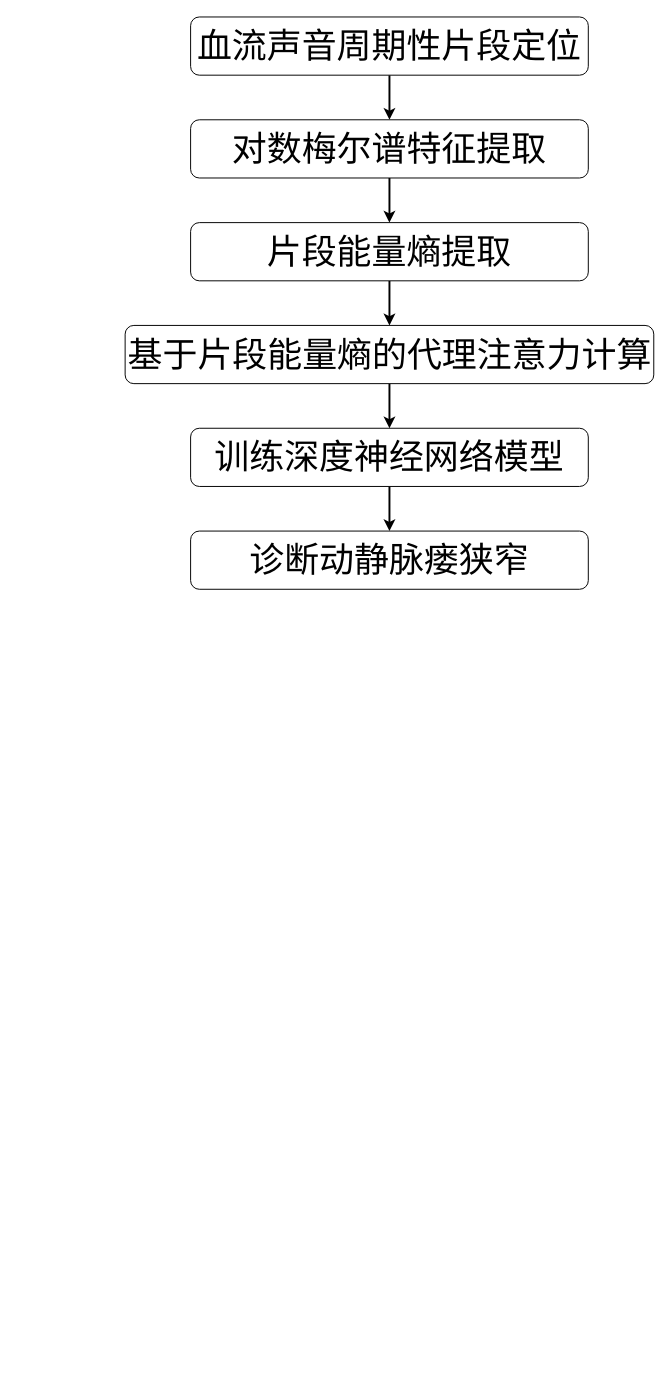
This is 内瘘片段级代理注意力.drawio from lhwjsj/Diagram, a draw.io file, before an edit. Source tidied: cells renumbered, new cells numbered last; positions are measured from the earlier drawing's top-left corner, leaving out a move shared by most shapes. Both pictures are drawn from the tidied source at 97%, with x=0, y=0 at pixel (124, 16).
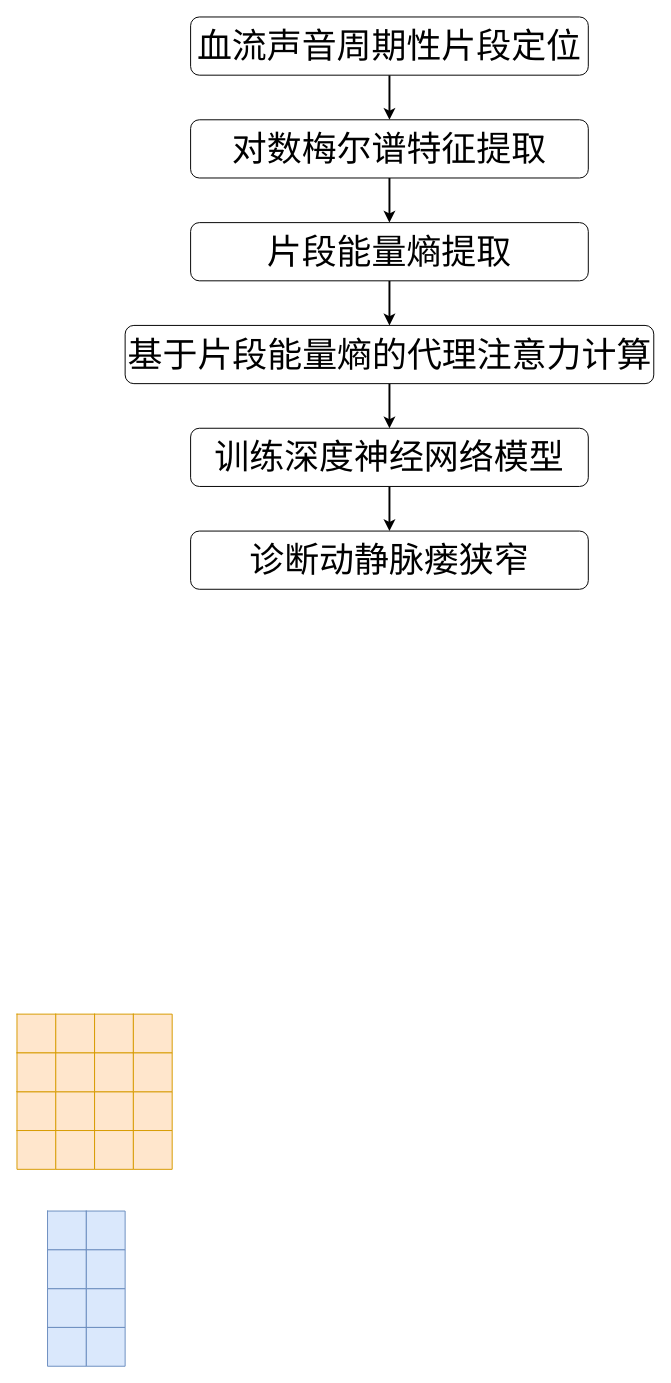
After the change.

Commit message (it also covers changes not shown here):
更新内瘘片段级代理注意力.drawio

Diff of the diagram source:
```diff
@@
+    <mxCell id="13" style="group;" parent="1" vertex="1">
+      <mxGeometry x="-111" y="1028" width="160" height="160" as="geometry" />
+    </mxCell>
+    <mxCell id="14" style="shape=table;startSize=0;childLayout=tableLayout;fillColor=#ffe6cc;strokeColor=#d79b00;" parent="13" vertex="1">
+      <mxGeometry y="80" width="40" height="40" as="geometry" />
+    </mxCell>
+    <mxCell id="15" style="shape=tableRow;horizontal=0;startSize=0;swimlaneHead=0;swimlaneBody=0;strokeColor=inherit;top=0;left=0;bottom=0;right=0;fillColor=none;" parent="14" vertex="1">
+      <mxGeometry width="40" height="40" as="geometry" />
+    </mxCell>
+    <mxCell id="16" style="shape=partialRectangle;html=1;whiteSpace=wrap;strokeColor=inherit;overflow=hidden;fillColor=none;top=0;left=0;bottom=0;right=0;" parent="15" vertex="1">
+      <mxGeometry width="40" height="40" as="geometry" />
+    </mxCell>
+    <mxCell id="17" style="shape=partialRectangle;html=1;whiteSpace=wrap;strokeColor=#d79b00;overflow=hidden;fillColor=#ffe6cc;top=0;left=0;bottom=0;right=0;" parent="13" vertex="1">
+      <mxGeometry x="40" y="80" width="40" height="40" as="geometry" />
+    </mxCell>
+    <mxCell id="18" style="shape=table;startSize=0;childLayout=tableLayout;fillColor=#ffe6cc;strokeColor=#d79b00;" parent="13" vertex="1">
+      <mxGeometry x="40" y="80" width="40" height="40" as="geometry" />
+    </mxCell>
+    <mxCell id="19" style="shape=tableRow;horizontal=0;startSize=0;swimlaneHead=0;swimlaneBody=0;strokeColor=inherit;top=0;left=0;bottom=0;right=0;fillColor=none;" parent="18" vertex="1">
+      <mxGeometry width="40" height="40" as="geometry" />
+    </mxCell>
+    <mxCell id="20" style="shape=partialRectangle;html=1;whiteSpace=wrap;strokeColor=inherit;overflow=hidden;fillColor=none;top=0;left=0;bottom=0;right=0;" parent="19" vertex="1">
+      <mxGeometry width="40" height="40" as="geometry" />
+    </mxCell>
+    <mxCell id="21" style="shape=table;startSize=0;childLayout=tableLayout;fillColor=#ffe6cc;strokeColor=#d79b00;" parent="13" vertex="1">
+      <mxGeometry y="120" width="40" height="40" as="geometry" />
+    </mxCell>
+    <mxCell id="22" style="shape=tableRow;horizontal=0;startSize=0;swimlaneHead=0;swimlaneBody=0;strokeColor=inherit;top=0;left=0;bottom=0;right=0;fillColor=none;" parent="21" vertex="1">
+      <mxGeometry width="40" height="40" as="geometry" />
+    </mxCell>
+    <mxCell id="23" style="shape=partialRectangle;html=1;whiteSpace=wrap;strokeColor=inherit;overflow=hidden;fillColor=none;top=0;left=0;bottom=0;right=0;" parent="22" vertex="1">
+      <mxGeometry width="40" height="40" as="geometry" />
+    </mxCell>
+    <mxCell id="24" style="shape=partialRectangle;html=1;whiteSpace=wrap;strokeColor=#d79b00;overflow=hidden;fillColor=#ffe6cc;top=0;left=0;bottom=0;right=0;" parent="13" vertex="1">
+      <mxGeometry x="40" y="120" width="40" height="40" as="geometry" />
+    </mxCell>
+    <mxCell id="25" style="shape=table;startSize=0;childLayout=tableLayout;fillColor=#ffe6cc;strokeColor=#d79b00;" parent="13" vertex="1">
+      <mxGeometry x="40" y="120" width="40" height="40" as="geometry" />
+    </mxCell>
+    <mxCell id="26" style="shape=tableRow;horizontal=0;startSize=0;swimlaneHead=0;swimlaneBody=0;strokeColor=inherit;top=0;left=0;bottom=0;right=0;fillColor=none;" parent="25" vertex="1">
+      <mxGeometry width="40" height="40" as="geometry" />
+    </mxCell>
+    <mxCell id="27" style="shape=partialRectangle;html=1;whiteSpace=wrap;strokeColor=inherit;overflow=hidden;fillColor=none;top=0;left=0;bottom=0;right=0;" parent="26" vertex="1">
+      <mxGeometry width="40" height="40" as="geometry" />
+    </mxCell>
+    <mxCell id="28" style="shape=table;startSize=0;childLayout=tableLayout;fillColor=#ffe6cc;strokeColor=#d79b00;" parent="13" vertex="1">
+      <mxGeometry width="40" height="40" as="geometry" />
+    </mxCell>
+    <mxCell id="29" style="shape=tableRow;horizontal=0;startSize=0;swimlaneHead=0;swimlaneBody=0;strokeColor=inherit;top=0;left=0;bottom=0;right=0;fillColor=none;" parent="28" vertex="1">
+      <mxGeometry width="40" height="40" as="geometry" />
+    </mxCell>
+    <mxCell id="30" style="shape=partialRectangle;html=1;whiteSpace=wrap;strokeColor=inherit;overflow=hidden;fillColor=none;top=0;left=0;bottom=0;right=0;" parent="29" vertex="1">
+      <mxGeometry width="40" height="40" as="geometry" />
+    </mxCell>
+    <mxCell id="31" style="shape=partialRectangle;html=1;whiteSpace=wrap;strokeColor=#d79b00;overflow=hidden;fillColor=#ffe6cc;top=0;left=0;bottom=0;right=0;" parent="13" vertex="1">
+      <mxGeometry x="40" width="40" height="40" as="geometry" />
+    </mxCell>
+    <mxCell id="32" style="shape=table;startSize=0;childLayout=tableLayout;fillColor=#ffe6cc;strokeColor=#d79b00;" parent="13" vertex="1">
+      <mxGeometry x="40" width="40" height="40" as="geometry" />
+    </mxCell>
+    <mxCell id="33" style="shape=tableRow;horizontal=0;startSize=0;swimlaneHead=0;swimlaneBody=0;strokeColor=inherit;top=0;left=0;bottom=0;right=0;fillColor=none;" parent="32" vertex="1">
+      <mxGeometry width="40" height="40" as="geometry" />
+    </mxCell>
+    <mxCell id="34" style="shape=partialRectangle;html=1;whiteSpace=wrap;strokeColor=inherit;overflow=hidden;fillColor=none;top=0;left=0;bottom=0;right=0;" parent="33" vertex="1">
+      <mxGeometry width="40" height="40" as="geometry" />
+    </mxCell>
+    <mxCell id="35" style="shape=table;startSize=0;childLayout=tableLayout;fillColor=#ffe6cc;strokeColor=#d79b00;" parent="13" vertex="1">
+      <mxGeometry y="40" width="40" height="40" as="geometry" />
+    </mxCell>
+    <mxCell id="36" style="shape=tableRow;horizontal=0;startSize=0;swimlaneHead=0;swimlaneBody=0;strokeColor=inherit;top=0;left=0;bottom=0;right=0;fillColor=none;" parent="35" vertex="1">
+      <mxGeometry width="40" height="40" as="geometry" />
+    </mxCell>
+    <mxCell id="37" style="shape=partialRectangle;html=1;whiteSpace=wrap;strokeColor=inherit;overflow=hidden;fillColor=none;top=0;left=0;bottom=0;right=0;" parent="36" vertex="1">
+      <mxGeometry width="40" height="40" as="geometry" />
+    </mxCell>
+    <mxCell id="38" style="shape=partialRectangle;html=1;whiteSpace=wrap;strokeColor=#d79b00;overflow=hidden;fillColor=#ffe6cc;top=0;left=0;bottom=0;right=0;" parent="13" vertex="1">
+      <mxGeometry x="40" y="40" width="40" height="40" as="geometry" />
+    </mxCell>
+    <mxCell id="39" style="shape=table;startSize=0;childLayout=tableLayout;fillColor=#ffe6cc;strokeColor=#d79b00;" parent="13" vertex="1">
+      <mxGeometry x="40" y="40" width="40" height="40" as="geometry" />
+    </mxCell>
+    <mxCell id="40" style="shape=tableRow;horizontal=0;startSize=0;swimlaneHead=0;swimlaneBody=0;strokeColor=inherit;top=0;left=0;bottom=0;right=0;fillColor=none;" parent="39" vertex="1">
+      <mxGeometry width="40" height="40" as="geometry" />
+    </mxCell>
+    <mxCell id="41" style="shape=partialRectangle;html=1;whiteSpace=wrap;strokeColor=inherit;overflow=hidden;fillColor=none;top=0;left=0;bottom=0;right=0;" parent="40" vertex="1">
+      <mxGeometry width="40" height="40" as="geometry" />
+    </mxCell>
+    <mxCell id="42" style="shape=table;startSize=0;childLayout=tableLayout;fillColor=#ffe6cc;strokeColor=#d79b00;" parent="13" vertex="1">
+      <mxGeometry x="80" y="80" width="40" height="40" as="geometry" />
+    </mxCell>
+    <mxCell id="43" style="shape=tableRow;horizontal=0;startSize=0;swimlaneHead=0;swimlaneBody=0;strokeColor=inherit;top=0;left=0;bottom=0;right=0;fillColor=none;" parent="42" vertex="1">
+      <mxGeometry width="40" height="40" as="geometry" />
+    </mxCell>
+    <mxCell id="44" style="shape=partialRectangle;html=1;whiteSpace=wrap;strokeColor=inherit;overflow=hidden;fillColor=none;top=0;left=0;bottom=0;right=0;" parent="43" vertex="1">
+      <mxGeometry width="40" height="40" as="geometry" />
+    </mxCell>
+    <mxCell id="45" style="shape=partialRectangle;html=1;whiteSpace=wrap;strokeColor=#d79b00;overflow=hidden;fillColor=#ffe6cc;top=0;left=0;bottom=0;right=0;" parent="13" vertex="1">
+      <mxGeometry x="120" y="80" width="40" height="40" as="geometry" />
+    </mxCell>
+    <mxCell id="46" style="shape=table;startSize=0;childLayout=tableLayout;fillColor=#ffe6cc;strokeColor=#d79b00;" parent="13" vertex="1">
+      <mxGeometry x="120" y="80" width="40" height="40" as="geometry" />
+    </mxCell>
+    <mxCell id="47" style="shape=tableRow;horizontal=0;startSize=0;swimlaneHead=0;swimlaneBody=0;strokeColor=inherit;top=0;left=0;bottom=0;right=0;fillColor=none;" parent="46" vertex="1">
+      <mxGeometry width="40" height="40" as="geometry" />
+    </mxCell>
+    <mxCell id="48" style="shape=partialRectangle;html=1;whiteSpace=wrap;strokeColor=inherit;overflow=hidden;fillColor=none;top=0;left=0;bottom=0;right=0;" parent="47" vertex="1">
+      <mxGeometry width="40" height="40" as="geometry" />
+    </mxCell>
+    <mxCell id="49" style="shape=table;startSize=0;childLayout=tableLayout;fillColor=#ffe6cc;strokeColor=#d79b00;" parent="13" vertex="1">
+      <mxGeometry x="80" y="120" width="40" height="40" as="geometry" />
+    </mxCell>
+    <mxCell id="50" style="shape=tableRow;horizontal=0;startSize=0;swimlaneHead=0;swimlaneBody=0;strokeColor=inherit;top=0;left=0;bottom=0;right=0;fillColor=none;" parent="49" vertex="1">
+      <mxGeometry width="40" height="40" as="geometry" />
+    </mxCell>
+    <mxCell id="51" style="shape=partialRectangle;html=1;whiteSpace=wrap;strokeColor=inherit;overflow=hidden;fillColor=none;top=0;left=0;bottom=0;right=0;" parent="50" vertex="1">
+      <mxGeometry width="40" height="40" as="geometry" />
+    </mxCell>
+    <mxCell id="52" style="shape=partialRectangle;html=1;whiteSpace=wrap;strokeColor=#d79b00;overflow=hidden;fillColor=#ffe6cc;top=0;left=0;bottom=0;right=0;" parent="13" vertex="1">
+      <mxGeometry x="120" y="120" width="40" height="40" as="geometry" />
+    </mxCell>
+    <mxCell id="53" style="shape=table;startSize=0;childLayout=tableLayout;fillColor=#ffe6cc;strokeColor=#d79b00;" parent="13" vertex="1">
+      <mxGeometry x="120" y="120" width="40" height="40" as="geometry" />
+    </mxCell>
+    <mxCell id="54" style="shape=tableRow;horizontal=0;startSize=0;swimlaneHead=0;swimlaneBody=0;strokeColor=inherit;top=0;left=0;bottom=0;right=0;fillColor=none;" parent="53" vertex="1">
+      <mxGeometry width="40" height="40" as="geometry" />
+    </mxCell>
+    <mxCell id="55" style="shape=partialRectangle;html=1;whiteSpace=wrap;strokeColor=inherit;overflow=hidden;fillColor=none;top=0;left=0;bottom=0;right=0;" parent="54" vertex="1">
+      <mxGeometry width="40" height="40" as="geometry" />
+    </mxCell>
+    <mxCell id="56" style="shape=table;startSize=0;childLayout=tableLayout;fillColor=#ffe6cc;strokeColor=#d79b00;" parent="13" vertex="1">
+      <mxGeometry x="80" width="40" height="40" as="geometry" />
+    </mxCell>
+    <mxCell id="57" style="shape=tableRow;horizontal=0;startSize=0;swimlaneHead=0;swimlaneBody=0;strokeColor=inherit;top=0;left=0;bottom=0;right=0;fillColor=none;" parent="56" vertex="1">
+      <mxGeometry width="40" height="40" as="geometry" />
+    </mxCell>
+    <mxCell id="58" style="shape=partialRectangle;html=1;whiteSpace=wrap;strokeColor=inherit;overflow=hidden;fillColor=none;top=0;left=0;bottom=0;right=0;" parent="57" vertex="1">
+      <mxGeometry width="40" height="40" as="geometry" />
+    </mxCell>
+    <mxCell id="59" style="shape=partialRectangle;html=1;whiteSpace=wrap;strokeColor=#d79b00;overflow=hidden;fillColor=#ffe6cc;top=0;left=0;bottom=0;right=0;" parent="13" vertex="1">
+      <mxGeometry x="120" width="40" height="40" as="geometry" />
+    </mxCell>
+    <mxCell id="60" style="shape=table;startSize=0;childLayout=tableLayout;fillColor=#ffe6cc;strokeColor=#d79b00;" parent="13" vertex="1">
+      <mxGeometry x="120" width="40" height="40" as="geometry" />
+    </mxCell>
+    <mxCell id="61" style="shape=tableRow;horizontal=0;startSize=0;swimlaneHead=0;swimlaneBody=0;strokeColor=inherit;top=0;left=0;bottom=0;right=0;fillColor=none;" parent="60" vertex="1">
+      <mxGeometry width="40" height="40" as="geometry" />
+    </mxCell>
+    <mxCell id="62" style="shape=partialRectangle;html=1;whiteSpace=wrap;strokeColor=inherit;overflow=hidden;fillColor=none;top=0;left=0;bottom=0;right=0;" parent="61" vertex="1">
+      <mxGeometry width="40" height="40" as="geometry" />
+    </mxCell>
+    <mxCell id="63" style="shape=table;startSize=0;childLayout=tableLayout;fillColor=#ffe6cc;strokeColor=#d79b00;" parent="13" vertex="1">
+      <mxGeometry x="80" y="40" width="40" height="40" as="geometry" />
+    </mxCell>
+    <mxCell id="64" style="shape=tableRow;horizontal=0;startSize=0;swimlaneHead=0;swimlaneBody=0;strokeColor=inherit;top=0;left=0;bottom=0;right=0;fillColor=none;" parent="63" vertex="1">
+      <mxGeometry width="40" height="40" as="geometry" />
+    </mxCell>
+    <mxCell id="65" style="shape=partialRectangle;html=1;whiteSpace=wrap;strokeColor=inherit;overflow=hidden;fillColor=none;top=0;left=0;bottom=0;right=0;" parent="64" vertex="1">
+      <mxGeometry width="40" height="40" as="geometry" />
+    </mxCell>
+    <mxCell id="66" style="shape=partialRectangle;html=1;whiteSpace=wrap;strokeColor=#d79b00;overflow=hidden;fillColor=#ffe6cc;top=0;left=0;bottom=0;right=0;" parent="13" vertex="1">
+      <mxGeometry x="120" y="40" width="40" height="40" as="geometry" />
+    </mxCell>
+    <mxCell id="67" style="shape=table;startSize=0;childLayout=tableLayout;fillColor=#ffe6cc;strokeColor=#d79b00;" parent="13" vertex="1">
+      <mxGeometry x="120" y="40" width="40" height="40" as="geometry" />
+    </mxCell>
+    <mxCell id="68" style="shape=tableRow;horizontal=0;startSize=0;swimlaneHead=0;swimlaneBody=0;strokeColor=inherit;top=0;left=0;bottom=0;right=0;fillColor=none;" parent="67" vertex="1">
+      <mxGeometry width="40" height="40" as="geometry" />
+    </mxCell>
+    <mxCell id="69" style="shape=partialRectangle;html=1;whiteSpace=wrap;strokeColor=inherit;overflow=hidden;fillColor=none;top=0;left=0;bottom=0;right=0;" parent="68" vertex="1">
+      <mxGeometry width="40" height="40" as="geometry" />
+    </mxCell>
+    <mxCell id="70" style="group;" parent="1" vertex="1">
+      <mxGeometry x="-79.5" y="1231" width="80" height="160" as="geometry" />
+    </mxCell>
+    <mxCell id="71" style="shape=table;startSize=0;childLayout=tableLayout;fillColor=#dae8fc;strokeColor=#6c8ebf;" parent="70" vertex="1">
+      <mxGeometry y="80" width="40" height="40" as="geometry" />
+    </mxCell>
+    <mxCell id="72" style="shape=tableRow;horizontal=0;startSize=0;swimlaneHead=0;swimlaneBody=0;strokeColor=inherit;top=0;left=0;bottom=0;right=0;fillColor=none;" parent="71" vertex="1">
+      <mxGeometry width="40" height="40" as="geometry" />
+    </mxCell>
+    <mxCell id="73" style="shape=partialRectangle;html=1;whiteSpace=wrap;strokeColor=inherit;overflow=hidden;fillColor=none;top=0;left=0;bottom=0;right=0;" parent="72" vertex="1">
+      <mxGeometry width="40" height="40" as="geometry" />
+    </mxCell>
+    <mxCell id="74" style="shape=partialRectangle;html=1;whiteSpace=wrap;strokeColor=inherit;overflow=hidden;fillColor=none;top=0;left=0;bottom=0;right=0;" parent="70" vertex="1">
+      <mxGeometry x="40" y="80" width="40" height="40" as="geometry" />
+    </mxCell>
+    <mxCell id="75" style="shape=table;startSize=0;childLayout=tableLayout;fillColor=#dae8fc;strokeColor=#6c8ebf;" parent="70" vertex="1">
+      <mxGeometry x="40" y="80" width="40" height="40" as="geometry" />
+    </mxCell>
+    <mxCell id="76" style="shape=tableRow;horizontal=0;startSize=0;swimlaneHead=0;swimlaneBody=0;strokeColor=inherit;top=0;left=0;bottom=0;right=0;fillColor=none;" parent="75" vertex="1">
+      <mxGeometry width="40" height="40" as="geometry" />
+    </mxCell>
+    <mxCell id="77" style="shape=partialRectangle;html=1;whiteSpace=wrap;strokeColor=inherit;overflow=hidden;fillColor=none;top=0;left=0;bottom=0;right=0;" parent="76" vertex="1">
+      <mxGeometry width="40" height="40" as="geometry" />
+    </mxCell>
+    <mxCell id="78" style="shape=table;startSize=0;childLayout=tableLayout;fillColor=#dae8fc;strokeColor=#6c8ebf;" parent="70" vertex="1">
+      <mxGeometry y="120" width="40" height="40" as="geometry" />
+    </mxCell>
+    <mxCell id="79" style="shape=tableRow;horizontal=0;startSize=0;swimlaneHead=0;swimlaneBody=0;strokeColor=inherit;top=0;left=0;bottom=0;right=0;fillColor=none;" parent="78" vertex="1">
+      <mxGeometry width="40" height="40" as="geometry" />
+    </mxCell>
+    <mxCell id="80" style="shape=partialRectangle;html=1;whiteSpace=wrap;strokeColor=inherit;overflow=hidden;fillColor=none;top=0;left=0;bottom=0;right=0;" parent="79" vertex="1">
+      <mxGeometry width="40" height="40" as="geometry" />
+    </mxCell>
+    <mxCell id="81" style="shape=partialRectangle;html=1;whiteSpace=wrap;strokeColor=inherit;overflow=hidden;fillColor=none;top=0;left=0;bottom=0;right=0;" parent="70" vertex="1">
+      <mxGeometry x="40" y="120" width="40" height="40" as="geometry" />
+    </mxCell>
+    <mxCell id="82" style="shape=table;startSize=0;childLayout=tableLayout;fillColor=#dae8fc;strokeColor=#6c8ebf;" parent="70" vertex="1">
+      <mxGeometry x="40" y="120" width="40" height="40" as="geometry" />
+    </mxCell>
+    <mxCell id="83" style="shape=tableRow;horizontal=0;startSize=0;swimlaneHead=0;swimlaneBody=0;strokeColor=inherit;top=0;left=0;bottom=0;right=0;fillColor=none;" parent="82" vertex="1">
+      <mxGeometry width="40" height="40" as="geometry" />
+    </mxCell>
+    <mxCell id="84" style="shape=partialRectangle;html=1;whiteSpace=wrap;strokeColor=inherit;overflow=hidden;fillColor=none;top=0;left=0;bottom=0;right=0;" parent="83" vertex="1">
+      <mxGeometry width="40" height="40" as="geometry" />
+    </mxCell>
+    <mxCell id="85" style="shape=table;startSize=0;childLayout=tableLayout;fillColor=#dae8fc;strokeColor=#6c8ebf;" parent="70" vertex="1">
+      <mxGeometry width="40" height="40" as="geometry" />
+    </mxCell>
+    <mxCell id="86" style="shape=tableRow;horizontal=0;startSize=0;swimlaneHead=0;swimlaneBody=0;strokeColor=inherit;top=0;left=0;bottom=0;right=0;fillColor=none;" parent="85" vertex="1">
+      <mxGeometry width="40" height="40" as="geometry" />
+    </mxCell>
+    <mxCell id="87" style="shape=partialRectangle;html=1;whiteSpace=wrap;strokeColor=inherit;overflow=hidden;fillColor=none;top=0;left=0;bottom=0;right=0;" parent="86" vertex="1">
+      <mxGeometry width="40" height="40" as="geometry" />
+    </mxCell>
+    <mxCell id="88" style="shape=partialRectangle;html=1;whiteSpace=wrap;strokeColor=inherit;overflow=hidden;fillColor=none;top=0;left=0;bottom=0;right=0;" parent="70" vertex="1">
+      <mxGeometry x="40" width="40" height="40" as="geometry" />
+    </mxCell>
+    <mxCell id="89" style="shape=table;startSize=0;childLayout=tableLayout;fillColor=#dae8fc;strokeColor=#6c8ebf;" parent="70" vertex="1">
+      <mxGeometry x="40" width="40" height="40" as="geometry" />
+    </mxCell>
+    <mxCell id="90" style="shape=tableRow;horizontal=0;startSize=0;swimlaneHead=0;swimlaneBody=0;strokeColor=inherit;top=0;left=0;bottom=0;right=0;fillColor=none;" parent="89" vertex="1">
+      <mxGeometry width="40" height="40" as="geometry" />
+    </mxCell>
+    <mxCell id="91" style="shape=partialRectangle;html=1;whiteSpace=wrap;strokeColor=inherit;overflow=hidden;fillColor=none;top=0;left=0;bottom=0;right=0;" parent="90" vertex="1">
+      <mxGeometry width="40" height="40" as="geometry" />
+    </mxCell>
+    <mxCell id="92" style="shape=table;startSize=0;childLayout=tableLayout;fillColor=#dae8fc;strokeColor=#6c8ebf;" parent="70" vertex="1">
+      <mxGeometry y="40" width="40" height="40" as="geometry" />
+    </mxCell>
+    <mxCell id="93" style="shape=tableRow;horizontal=0;startSize=0;swimlaneHead=0;swimlaneBody=0;strokeColor=inherit;top=0;left=0;bottom=0;right=0;fillColor=none;" parent="92" vertex="1">
+      <mxGeometry width="40" height="40" as="geometry" />
+    </mxCell>
+    <mxCell id="94" style="shape=partialRectangle;html=1;whiteSpace=wrap;strokeColor=inherit;overflow=hidden;fillColor=none;top=0;left=0;bottom=0;right=0;" parent="93" vertex="1">
+      <mxGeometry width="40" height="40" as="geometry" />
+    </mxCell>
+    <mxCell id="95" style="shape=partialRectangle;html=1;whiteSpace=wrap;strokeColor=inherit;overflow=hidden;fillColor=none;top=0;left=0;bottom=0;right=0;" parent="70" vertex="1">
+      <mxGeometry x="40" y="40" width="40" height="40" as="geometry" />
+    </mxCell>
+    <mxCell id="96" style="shape=table;startSize=0;childLayout=tableLayout;fillColor=#dae8fc;strokeColor=#6c8ebf;" parent="70" vertex="1">
+      <mxGeometry x="40" y="40" width="40" height="40" as="geometry" />
+    </mxCell>
+    <mxCell id="97" style="shape=tableRow;horizontal=0;startSize=0;swimlaneHead=0;swimlaneBody=0;strokeColor=inherit;top=0;left=0;bottom=0;right=0;fillColor=none;" parent="96" vertex="1">
+      <mxGeometry width="40" height="40" as="geometry" />
+    </mxCell>
+    <mxCell id="98" style="shape=partialRectangle;html=1;whiteSpace=wrap;strokeColor=inherit;overflow=hidden;fillColor=none;top=0;left=0;bottom=0;right=0;" parent="97" vertex="1">
+      <mxGeometry width="40" height="40" as="geometry" />
+    </mxCell>
```
